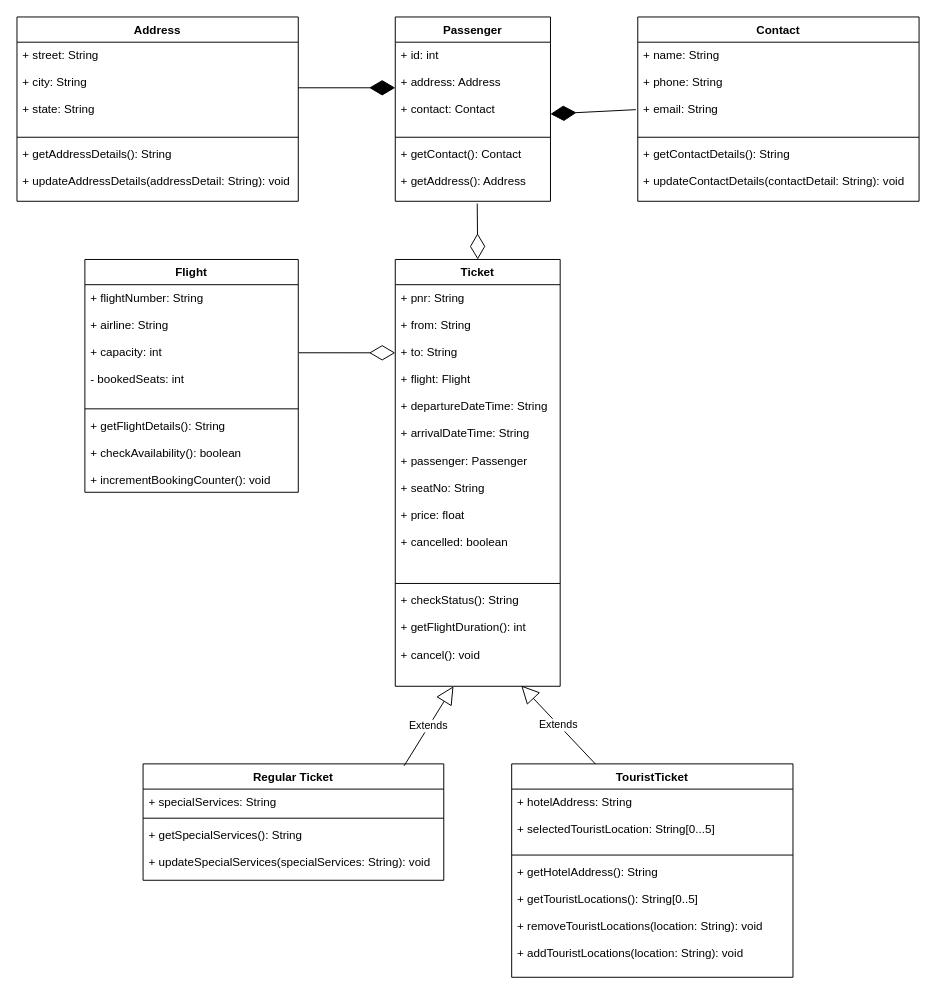
The draw.io diagram UML/Flight_Reservation_System.drawio in ShubhangiBane/Flight-Reservation-System, before the edit. Source tidied: cells renumbered, new cells numbered last; positions are measured from the earlier drawing's top-left corner, leaving out a move shared by most shapes. Both pictures are drawn from the tidied source at 97%, with x=0, y=0 at pixel (16, 16).
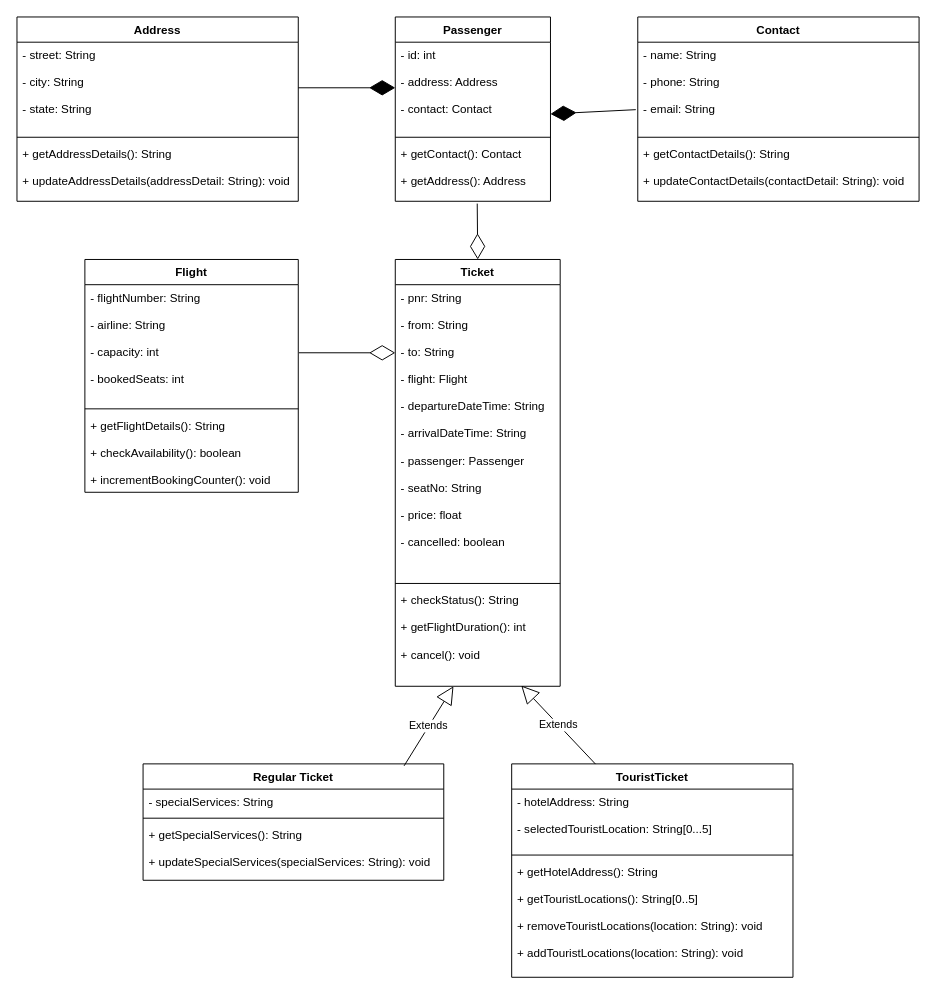
The same diagram, later.

The change refers to these unchanged cells:
```xml
<mxCell id="2" value="Address" style="swimlane;fontStyle=1;align=center;verticalAlign=top;horizontal=1;startSize=26;" parent="1" vertex="1">
  <mxGeometry width="290" height="190" as="geometry" />
</mxCell>
<mxCell id="6" value="Passenger" style="swimlane;fontStyle=1;align=center;verticalAlign=top;horizontal=1;startSize=26;" parent="1" vertex="1">
  <mxGeometry x="390" width="160" height="190" as="geometry" />
</mxCell>
<mxCell id="10" value="Contact" style="swimlane;fontStyle=1;align=center;verticalAlign=top;horizontal=1;startSize=26;" parent="1" vertex="1">
  <mxGeometry x="640" width="290" height="190" as="geometry" />
</mxCell>
<mxCell id="14" value="Ticket" style="swimlane;fontStyle=1;align=center;verticalAlign=top;horizontal=1;startSize=26;" parent="1" vertex="1">
  <mxGeometry x="390" y="250" width="170" height="440" as="geometry" />
</mxCell>
<mxCell id="18" value="Flight" style="swimlane;fontStyle=1;align=center;verticalAlign=top;horizontal=1;startSize=26;" parent="1" vertex="1">
  <mxGeometry x="70" y="250" width="220" height="240" as="geometry" />
</mxCell>
<mxCell id="22" value="Regular Ticket" style="swimlane;fontStyle=1;align=center;verticalAlign=top;horizontal=1;startSize=26;" parent="1" vertex="1">
  <mxGeometry x="130" y="770" width="310" height="120" as="geometry" />
</mxCell>
<mxCell id="26" value="TouristTicket" style="swimlane;fontStyle=1;align=center;verticalAlign=top;horizontal=1;startSize=26;" parent="1" vertex="1">
  <mxGeometry x="510" y="770" width="290" height="220" as="geometry" />
</mxCell>
```

Change to the diagram source:
```diff
@@
-    <mxCell id="3" value="+ street: String&#10;&#10;+ city: String&#10;&#10;+ state: String&#10;" style="text;strokeColor=none;fillColor=none;align=left;verticalAlign=top;spacingLeft=4;spacingRight=4;overflow=hidden;points=[[0,0.5],[1,0.5]];portConstraint=eastwest;" parent="2" vertex="1">
+    <mxCell id="3" value="- street: String&#10;&#10;- city: String&#10;&#10;- state: String&#10;" style="text;strokeColor=none;fillColor=none;align=left;verticalAlign=top;spacingLeft=4;spacingRight=4;overflow=hidden;points=[[0,0.5],[1,0.5]];portConstraint=eastwest;" parent="2" vertex="1">
       <mxGeometry y="26" width="290" height="94" as="geometry" />
     </mxCell>
@@
-    <mxCell id="7" value="+ id: int&#10;&#10;+ address: Address&#10;&#10;+ contact: Contact&#10;" style="text;strokeColor=none;fillColor=none;align=left;verticalAlign=top;spacingLeft=4;spacingRight=4;overflow=hidden;points=[[0,0.5],[1,0.5]];portConstraint=eastwest;" parent="6" vertex="1">
+    <mxCell id="7" value="- id: int&#10;&#10;- address: Address&#10;&#10;- contact: Contact&#10;" style="text;strokeColor=none;fillColor=none;align=left;verticalAlign=top;spacingLeft=4;spacingRight=4;overflow=hidden;points=[[0,0.5],[1,0.5]];portConstraint=eastwest;" parent="6" vertex="1">
       <mxGeometry y="26" width="160" height="94" as="geometry" />
     </mxCell>
@@
-    <mxCell id="11" value="+ name: String&#10;&#10;+ phone: String&#10;&#10;+ email: String&#10;" style="text;strokeColor=none;fillColor=none;align=left;verticalAlign=top;spacingLeft=4;spacingRight=4;overflow=hidden;points=[[0,0.5],[1,0.5]];portConstraint=eastwest;" parent="10" vertex="1">
+    <mxCell id="11" value="- name: String&#10;&#10;- phone: String&#10;&#10;- email: String&#10;" style="text;strokeColor=none;fillColor=none;align=left;verticalAlign=top;spacingLeft=4;spacingRight=4;overflow=hidden;points=[[0,0.5],[1,0.5]];portConstraint=eastwest;" parent="10" vertex="1">
       <mxGeometry y="26" width="290" height="94" as="geometry" />
     </mxCell>
@@
-    <mxCell id="15" value="+ pnr: String&#10;&#10;+ from: String&#10;&#10;+ to: String&#10;&#10;+ flight: Flight&#10;&#10;+ departureDateTime: String&#10;&#10;+ arrivalDateTime: String&#10;&#10;+ passenger: Passenger&#10;&#10;+ seatNo: String&#10;&#10;+ price: float&#10;&#10;+ cancelled: boolean&#10;" style="text;strokeColor=none;fillColor=none;align=left;verticalAlign=top;spacingLeft=4;spacingRight=4;overflow=hidden;points=[[0,0.5],[1,0.5]];portConstraint=eastwest;" parent="14" vertex="1">
+    <mxCell id="15" value="- pnr: String&#10;&#10;- from: String&#10;&#10;- to: String&#10;&#10;- flight: Flight&#10;&#10;- departureDateTime: String&#10;&#10;- arrivalDateTime: String&#10;&#10;- passenger: Passenger&#10;&#10;- seatNo: String&#10;&#10;- price: float&#10;&#10;- cancelled: boolean&#10;" style="text;strokeColor=none;fillColor=none;align=left;verticalAlign=top;spacingLeft=4;spacingRight=4;overflow=hidden;points=[[0,0.5],[1,0.5]];portConstraint=eastwest;" parent="14" vertex="1">
       <mxGeometry y="26" width="170" height="304" as="geometry" />
     </mxCell>
@@
-    <mxCell id="19" value="+ flightNumber: String&#10;&#10;+ airline: String&#10;&#10;+ capacity: int&#10;&#10;- bookedSeats: int" style="text;strokeColor=none;fillColor=none;align=left;verticalAlign=top;spacingLeft=4;spacingRight=4;overflow=hidden;points=[[0,0.5],[1,0.5]];portConstraint=eastwest;" parent="18" vertex="1">
+    <mxCell id="19" value="- flightNumber: String&#10;&#10;- airline: String&#10;&#10;- capacity: int&#10;&#10;- bookedSeats: int" style="text;strokeColor=none;fillColor=none;align=left;verticalAlign=top;spacingLeft=4;spacingRight=4;overflow=hidden;points=[[0,0.5],[1,0.5]];portConstraint=eastwest;" parent="18" vertex="1">
       <mxGeometry y="26" width="220" height="124" as="geometry" />
     </mxCell>
@@
-    <mxCell id="23" value="+ specialServices: String" style="text;strokeColor=none;fillColor=none;align=left;verticalAlign=top;spacingLeft=4;spacingRight=4;overflow=hidden;" parent="22" vertex="1">
+    <mxCell id="23" value="- specialServices: String" style="text;strokeColor=none;fillColor=none;align=left;verticalAlign=top;spacingLeft=4;spacingRight=4;overflow=hidden;" parent="22" vertex="1">
       <mxGeometry y="26" width="310" height="26" as="geometry" />
     </mxCell>
@@
-    <mxCell id="27" value="+ hotelAddress: String&#10;&#10;+ selectedTouristLocation: String[0...5]&#10;&#10;&#10;" style="text;strokeColor=none;fillColor=none;align=left;verticalAlign=top;spacingLeft=4;spacingRight=4;overflow=hidden;" parent="26" vertex="1">
+    <mxCell id="27" value="- hotelAddress: String&#10;&#10;- selectedTouristLocation: String[0...5]&#10;&#10;&#10;" style="text;strokeColor=none;fillColor=none;align=left;verticalAlign=top;spacingLeft=4;spacingRight=4;overflow=hidden;" parent="26" vertex="1">
       <mxGeometry y="26" width="290" height="64" as="geometry" />
     </mxCell>
```
